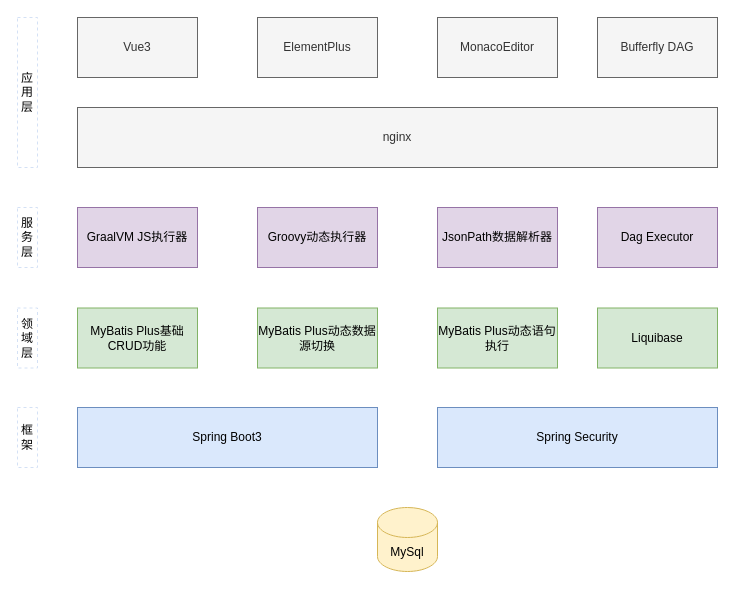
Above: page "系统技术架构" (2 of 4) of docs/架构图.drawio in icarusliu/flowstone-api (draw.io), before the change. Source tidied: cells renumbered, new cells numbered last; positions are measured from the earlier drawing's top-left corner, leaving out a move shared by most shapes. Both pictures are drawn from the tidied source at 100%, with x=0, y=0 at pixel (17, 17).
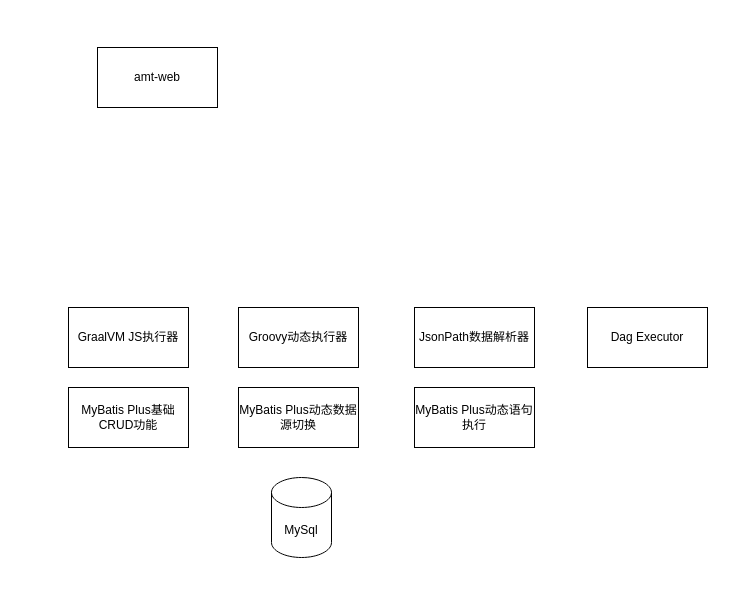
After the change.

The edit, as a diff of the source:
```diff
@@
-    <mxCell id="2" value="nginx" style="rounded=0;whiteSpace=wrap;html=1;fillColor=#f5f5f5;fontColor=#333333;strokeColor=#666666;" parent="1" vertex="1">
-      <mxGeometry x="60" y="90" width="640" height="60" as="geometry" />
+    <mxCell id="2" value="amt-web" style="rounded=0;whiteSpace=wrap;html=1;" parent="1" vertex="1">
+      <mxGeometry x="80" y="30" width="120" height="60" as="geometry" />
     </mxCell>
-    <mxCell id="3" value="MyBatis&amp;nbsp;Plus动态语句执行" style="rounded=0;whiteSpace=wrap;html=1;fillColor=#d5e8d4;strokeColor=#82b366;" parent="1" vertex="1">
-      <mxGeometry x="420" y="290.5" width="120" height="60" as="geometry" />
+    <mxCell id="3" value="MyBatis&amp;nbsp;Plus动态语句执行" style="rounded=0;whiteSpace=wrap;html=1;" parent="1" vertex="1">
+      <mxGeometry x="397" y="370" width="120" height="60" as="geometry" />
     </mxCell>
-    <mxCell id="4" value="MySql" style="shape=cylinder3;whiteSpace=wrap;html=1;boundedLbl=1;backgroundOutline=1;size=15;fillColor=#fff2cc;strokeColor=#d6b656;" parent="1" vertex="1">
-      <mxGeometry x="360" y="490" width="60" height="64" as="geometry" />
+    <mxCell id="4" value="MySql" style="shape=cylinder3;whiteSpace=wrap;html=1;boundedLbl=1;backgroundOutline=1;size=15;" parent="1" vertex="1">
+      <mxGeometry x="254" y="460" width="60" height="80" as="geometry" />
     </mxCell>
-    <mxCell id="5" value="MyBatis Plus动态数据源切换" style="rounded=0;whiteSpace=wrap;html=1;fillColor=#d5e8d4;strokeColor=#82b366;" parent="1" vertex="1">
-      <mxGeometry x="240" y="290.5" width="120" height="60" as="geometry" />
+    <mxCell id="5" value="MyBatis Plus动态数据源切换" style="rounded=0;whiteSpace=wrap;html=1;" parent="1" vertex="1">
+      <mxGeometry x="221" y="370" width="120" height="60" as="geometry" />
     </mxCell>
-    <mxCell id="6" value="MyBatis Plus基础CRUD功能" style="rounded=0;whiteSpace=wrap;html=1;fillColor=#d5e8d4;strokeColor=#82b366;" parent="1" vertex="1">
-      <mxGeometry x="60" y="290.5" width="120" height="60" as="geometry" />
+    <mxCell id="6" value="MyBatis Plus基础CRUD功能" style="rounded=0;whiteSpace=wrap;html=1;" parent="1" vertex="1">
+      <mxGeometry x="51" y="370" width="120" height="60" as="geometry" />
     </mxCell>
-    <mxCell id="7" value="GraalVM JS执行器" style="rounded=0;whiteSpace=wrap;html=1;fillColor=#e1d5e7;strokeColor=#9673a6;" parent="1" vertex="1">
-      <mxGeometry x="60" y="190" width="120" height="60" as="geometry" />
+    <mxCell id="7" value="GraalVM JS执行器" style="rounded=0;whiteSpace=wrap;html=1;" parent="1" vertex="1">
+      <mxGeometry x="51" y="290" width="120" height="60" as="geometry" />
     </mxCell>
-    <mxCell id="8" value="Groovy动态执行器" style="rounded=0;whiteSpace=wrap;html=1;fillColor=#e1d5e7;strokeColor=#9673a6;" parent="1" vertex="1">
-      <mxGeometry x="240" y="190" width="120" height="60" as="geometry" />
+    <mxCell id="8" value="Groovy动态执行器" style="rounded=0;whiteSpace=wrap;html=1;" parent="1" vertex="1">
+      <mxGeometry x="221" y="290" width="120" height="60" as="geometry" />
     </mxCell>
-    <mxCell id="9" value="Dag&amp;nbsp;Executor" style="rounded=0;whiteSpace=wrap;html=1;fillColor=#e1d5e7;strokeColor=#9673a6;" parent="1" vertex="1">
-      <mxGeometry x="580" y="190" width="120" height="60" as="geometry" />
+    <mxCell id="9" value="Dag&amp;nbsp;Executor" style="rounded=0;whiteSpace=wrap;html=1;" parent="1" vertex="1">
+      <mxGeometry x="570" y="290" width="120" height="60" as="geometry" />
     </mxCell>
-    <mxCell id="10" value="JsonPath数据解析器" style="rounded=0;whiteSpace=wrap;html=1;fillColor=#e1d5e7;strokeColor=#9673a6;" parent="1" vertex="1">
-      <mxGeometry x="420" y="190" width="120" height="60" as="geometry" />
+    <mxCell id="10" value="JsonPath数据解析器" style="rounded=0;whiteSpace=wrap;html=1;" parent="1" vertex="1">
+      <mxGeometry x="397" y="290" width="120" height="60" as="geometry" />
     </mxCell>
-    <mxCell id="11" value="Vue3" style="rounded=0;whiteSpace=wrap;html=1;fillColor=#f5f5f5;fontColor=#333333;strokeColor=#666666;" parent="1" vertex="1">
-      <mxGeometry x="60" width="120" height="60" as="geometry" />
-    </mxCell>
-    <mxCell id="12" value="ElementPlus" style="rounded=0;whiteSpace=wrap;html=1;fillColor=#f5f5f5;fontColor=#333333;strokeColor=#666666;" parent="1" vertex="1">
-      <mxGeometry x="240" width="120" height="60" as="geometry" />
-    </mxCell>
-    <mxCell id="13" value="MonacoEditor" style="rounded=0;whiteSpace=wrap;html=1;fillColor=#f5f5f5;fontColor=#333333;strokeColor=#666666;" parent="1" vertex="1">
-      <mxGeometry x="420" width="120" height="60" as="geometry" />
-    </mxCell>
-    <mxCell id="14" value="Bufferfly DAG" style="rounded=0;whiteSpace=wrap;html=1;fillColor=#f5f5f5;fontColor=#333333;strokeColor=#666666;" parent="1" vertex="1">
-      <mxGeometry x="580" width="120" height="60" as="geometry" />
-    </mxCell>
-    <mxCell id="15" value="Spring Boot3" style="rounded=0;whiteSpace=wrap;html=1;fillColor=#dae8fc;strokeColor=#6c8ebf;" parent="1" vertex="1">
-      <mxGeometry x="60" y="390" width="300" height="60" as="geometry" />
-    </mxCell>
-    <mxCell id="16" value="Spring Security" style="rounded=0;whiteSpace=wrap;html=1;fillColor=#dae8fc;strokeColor=#6c8ebf;" parent="1" vertex="1">
-      <mxGeometry x="420" y="390" width="280" height="60" as="geometry" />
-    </mxCell>
-    <mxCell id="17" value="Liquibase" style="rounded=0;whiteSpace=wrap;html=1;fillColor=#d5e8d4;strokeColor=#82b366;" parent="1" vertex="1">
-      <mxGeometry x="580" y="290.5" width="120" height="60" as="geometry" />
-    </mxCell>
-    <mxCell id="18" value="应用层" style="rounded=0;whiteSpace=wrap;html=1;dashed=1;fillColor=none;strokeColor=#D4E1F5;" parent="1" vertex="1">
-      <mxGeometry width="20" height="150" as="geometry" />
-    </mxCell>
-    <mxCell id="19" value="服务层" style="rounded=0;whiteSpace=wrap;html=1;dashed=1;fillColor=none;strokeColor=#D4E1F5;" parent="1" vertex="1">
-      <mxGeometry y="190" width="20" height="60" as="geometry" />
-    </mxCell>
-    <mxCell id="20" value="领域层" style="rounded=0;whiteSpace=wrap;html=1;dashed=1;fillColor=none;strokeColor=#D4E1F5;" parent="1" vertex="1">
-      <mxGeometry y="290.5" width="20" height="60" as="geometry" />
-    </mxCell>
-    <mxCell id="21" value="框架" style="rounded=0;whiteSpace=wrap;html=1;dashed=1;fillColor=none;strokeColor=#D4E1F5;" parent="1" vertex="1">
-      <mxGeometry y="390" width="20" height="60" as="geometry" />
-    </mxCell>
```
